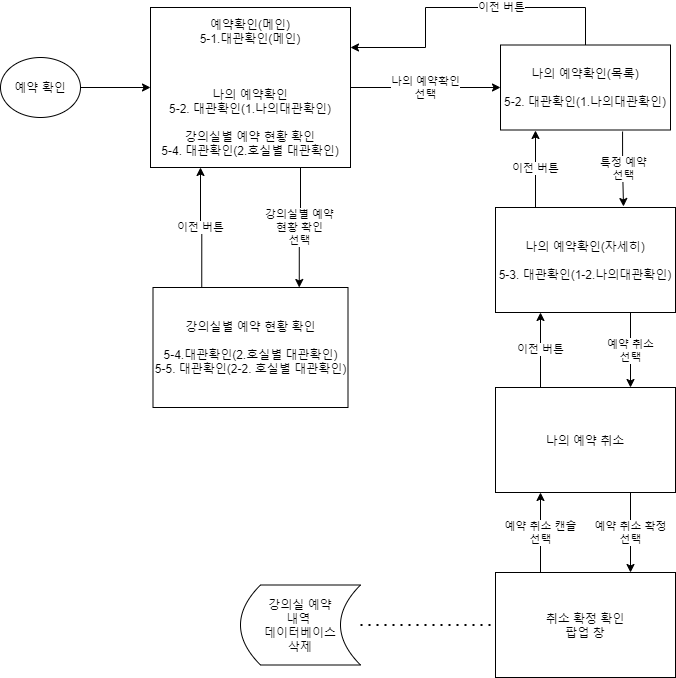
Before: user_program/user application diagram/3사용자 어플-예약 확인.png, a diagram exported from draw.io (sitnet1102/konkuk_veterinary). Source tidied: cells renumbered, new cells last; positions are measured from the earlier drawing's top-left corner, leaving out a move shared by most shapes. Its diagram source:
```xml
<mxGraphModel>
  <root>
    <mxCell id="0" />
    <mxCell id="1" parent="0" />
    <mxCell id="2" style="edgeStyle=orthogonalEdgeStyle;rounded=0;jettySize=auto;html=1;" parent="1" edge="1" source="3" target="6">
      <mxGeometry relative="1" as="geometry" />
    </mxCell>
    <mxCell id="3" value="예약 확인" style="ellipse;whiteSpace=wrap;html=1;" parent="1" vertex="1">
      <mxGeometry y="50" width="80" height="60" as="geometry" />
    </mxCell>
    <mxCell id="4" value="나의 예약확인&lt;br&gt;선택" style="edgeStyle=orthogonalEdgeStyle;rounded=0;jettySize=auto;html=1;" parent="1" edge="1" source="6" target="9">
      <mxGeometry relative="1" as="geometry" />
    </mxCell>
    <mxCell id="5" value="강의실별 예약&lt;br&gt;현황 확인&lt;br&gt;선택" style="edgeStyle=orthogonalEdgeStyle;rounded=0;jettySize=auto;html=1;exitX=0.75;exitY=1;exitDx=0;exitDy=0;entryX=0.75;entryY=0;entryDx=0;entryDy=0;" parent="1" edge="1" source="6" target="14">
      <mxGeometry relative="1" as="geometry" />
    </mxCell>
    <mxCell id="6" value="예약확인(메인)&lt;br&gt;5-1.대관확인(메인)&lt;br&gt;&lt;br&gt;&lt;br&gt;&lt;br&gt;나의 예약확인&lt;br&gt;5-2. 대관확인(1.나의대관확인)&lt;br&gt;&lt;br&gt;강의실별 예약 현황 확인&lt;br&gt;5-4. 대관확인(2.호실별 대관확인)" style="whiteSpace=wrap;html=1;" parent="1" vertex="1">
      <mxGeometry x="150" width="200" height="160" as="geometry" />
    </mxCell>
    <mxCell id="7" value="이전 버튼" style="edgeStyle=orthogonalEdgeStyle;rounded=0;jettySize=auto;html=1;exitX=0.5;exitY=0;exitDx=0;exitDy=0;" parent="1" edge="1" source="9">
      <mxGeometry x="-0.22" relative="1" as="geometry">
        <mxPoint x="350" y="40" as="targetPoint" />
        <Array as="points">
          <mxPoint x="585" />
          <mxPoint x="425" />
          <mxPoint x="425" y="40" />
        </Array>
        <mxPoint x="1" as="offset" />
      </mxGeometry>
    </mxCell>
    <mxCell id="8" value="특정 예약&lt;br&gt;선택" style="edgeStyle=orthogonalEdgeStyle;rounded=0;jettySize=auto;html=1;exitX=0.718;exitY=1.018;exitDx=0;exitDy=0;exitPerimeter=0;" parent="1" edge="1" source="9">
      <mxGeometry relative="1" as="geometry">
        <mxPoint x="623" y="199" as="targetPoint" />
      </mxGeometry>
    </mxCell>
    <mxCell id="9" value="나의 예약확인(목록)&lt;br&gt;&lt;br&gt;5-2. 대관확인(1.나의대관확인)" style="whiteSpace=wrap;html=1;" parent="1" vertex="1">
      <mxGeometry x="500" y="37.5" width="170" height="85" as="geometry" />
    </mxCell>
    <mxCell id="10" value="이전 버튼" style="edgeStyle=orthogonalEdgeStyle;rounded=0;orthogonalLoop=1;jettySize=auto;html=1;" parent="1" edge="1">
      <mxGeometry relative="1" as="geometry">
        <mxPoint x="535" y="200" as="sourcePoint" />
        <mxPoint x="535" y="123" as="targetPoint" />
      </mxGeometry>
    </mxCell>
    <mxCell id="11" value="예약 취소&lt;br&gt;선택" style="edgeStyle=orthogonalEdgeStyle;rounded=0;jettySize=auto;html=1;exitX=0.75;exitY=1;exitDx=0;exitDy=0;entryX=0.75;entryY=0;entryDx=0;entryDy=0;" parent="1" edge="1" source="12" target="17">
      <mxGeometry relative="1" as="geometry" />
    </mxCell>
    <mxCell id="12" value="나의 예약확인(자세히)&lt;br&gt;&lt;br&gt;5-3. 대관확인(1-2.나의대관확인)" style="whiteSpace=wrap;html=1;" parent="1" vertex="1">
      <mxGeometry x="495" y="200" width="180" height="105" as="geometry" />
    </mxCell>
    <mxCell id="13" value="이전 버튼" style="edgeStyle=orthogonalEdgeStyle;rounded=0;jettySize=auto;html=1;exitX=0.25;exitY=0;exitDx=0;exitDy=0;entryX=0.25;entryY=1;entryDx=0;entryDy=0;" parent="1" edge="1" source="14" target="6">
      <mxGeometry relative="1" as="geometry" />
    </mxCell>
    <mxCell id="14" value="강의실별 예약 현황 확인&lt;br&gt;&lt;br&gt;5-4.대관확인(2.호실별 대관확인)&lt;br&gt;5-5. 대관확인(2-2. 호실별 대관확인)" style="whiteSpace=wrap;html=1;" parent="1" vertex="1">
      <mxGeometry x="152.5" y="280" width="195" height="120" as="geometry" />
    </mxCell>
    <mxCell id="15" value="이전 버튼" style="edgeStyle=orthogonalEdgeStyle;rounded=0;jettySize=auto;html=1;exitX=0.25;exitY=0;exitDx=0;exitDy=0;entryX=0.25;entryY=1;entryDx=0;entryDy=0;" parent="1" edge="1" source="17" target="12">
      <mxGeometry relative="1" as="geometry" />
    </mxCell>
    <mxCell id="16" value="예약 취소 확정&lt;br&gt;선택" style="edgeStyle=orthogonalEdgeStyle;rounded=0;jettySize=auto;html=1;exitX=0.75;exitY=1;exitDx=0;exitDy=0;entryX=0.75;entryY=0;entryDx=0;entryDy=0;" parent="1" edge="1" source="17" target="19">
      <mxGeometry relative="1" as="geometry" />
    </mxCell>
    <mxCell id="17" value="나의 예약 취소" style="whiteSpace=wrap;html=1;" parent="1" vertex="1">
      <mxGeometry x="495" y="380" width="180" height="105" as="geometry" />
    </mxCell>
    <mxCell id="18" value="예약 취소 캔슬&lt;br&gt;선택" style="edgeStyle=orthogonalEdgeStyle;rounded=0;jettySize=auto;html=1;exitX=0.25;exitY=0;exitDx=0;exitDy=0;entryX=0.25;entryY=1;entryDx=0;entryDy=0;" parent="1" edge="1" source="19" target="17">
      <mxGeometry relative="1" as="geometry" />
    </mxCell>
    <mxCell id="19" value="취소 확정 확인&lt;br&gt;팝업 창" style="whiteSpace=wrap;html=1;" parent="1" vertex="1">
      <mxGeometry x="495" y="565" width="180" height="105" as="geometry" />
    </mxCell>
    <mxCell id="20" style="endArrow=none;dashed=1;html=1;dashPattern=1 3;strokeWidth=2;entryX=0;entryY=0.5;entryDx=0;entryDy=0;exitX=1;exitY=0.5;exitDx=0;exitDy=0;" parent="1" edge="1" source="21" target="19">
      <mxGeometry relative="1" as="geometry" />
    </mxCell>
    <mxCell id="21" value="강의실 예약&lt;br&gt;내역 &lt;br&gt;데이터베이스&lt;br&gt;삭제" style="shape=dataStorage;whiteSpace=wrap;html=1;fixedSize=1;" parent="1" vertex="1">
      <mxGeometry x="240" y="577.5" width="120" height="80" as="geometry" />
    </mxCell>
  </root>
</mxGraphModel>
```
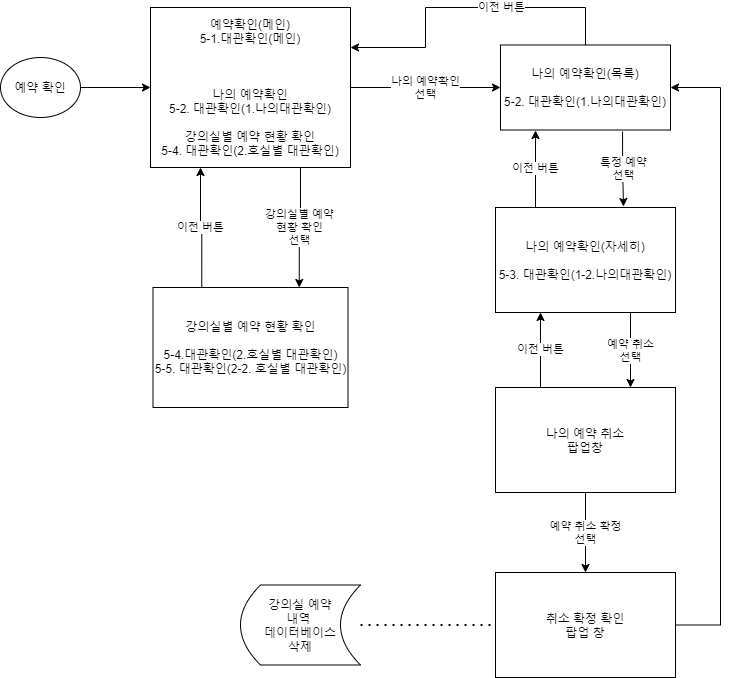
The same diagram one commit later.

Change to the diagram source:
```diff
@@ -57,15 +57,20 @@
     <mxCell id="15" value="이전 버튼" style="edgeStyle=orthogonalEdgeStyle;rounded=0;jettySize=auto;html=1;exitX=0.25;exitY=0;exitDx=0;exitDy=0;entryX=0.25;entryY=1;entryDx=0;entryDy=0;" parent="1" edge="1" source="17" target="12">
       <mxGeometry relative="1" as="geometry" />
     </mxCell>
-    <mxCell id="16" value="예약 취소 확정&lt;br&gt;선택" style="edgeStyle=orthogonalEdgeStyle;rounded=0;jettySize=auto;html=1;exitX=0.75;exitY=1;exitDx=0;exitDy=0;entryX=0.75;entryY=0;entryDx=0;entryDy=0;" parent="1" edge="1" source="17" target="19">
+    <mxCell id="16" value="예약 취소 확정&lt;br&gt;선택" style="edgeStyle=orthogonalEdgeStyle;rounded=0;jettySize=auto;html=1;exitX=0.5;exitY=1;exitDx=0;exitDy=0;entryX=0.5;entryY=0;entryDx=0;entryDy=0;" parent="1" edge="1" source="17" target="19">
       <mxGeometry relative="1" as="geometry" />
     </mxCell>
-    <mxCell id="17" value="나의 예약 취소" style="whiteSpace=wrap;html=1;" parent="1" vertex="1">
+    <mxCell id="17" value="나의 예약 취소&lt;br&gt;팝업창" style="whiteSpace=wrap;html=1;" parent="1" vertex="1">
       <mxGeometry x="495" y="380" width="180" height="105" as="geometry" />
     </mxCell>
-    <mxCell id="18" value="예약 취소 캔슬&lt;br&gt;선택" style="edgeStyle=orthogonalEdgeStyle;rounded=0;jettySize=auto;html=1;exitX=0.25;exitY=0;exitDx=0;exitDy=0;entryX=0.25;entryY=1;entryDx=0;entryDy=0;" parent="1" edge="1" source="19" target="17">
-      <mxGeometry relative="1" as="geometry" />
-    </mxCell>
+    <mxCell id="22" style="edgeStyle=orthogonalEdgeStyle;rounded=0;jettySize=auto;html=1;exitX=1;exitY=0.5;exitDx=0;exitDy=0;entryX=1;entryY=0.5;entryDx=0;entryDy=0;" parent="1" edge="1" source="19" target="9">
+      <mxGeometry relative="1" as="geometry">
+        <Array as="points">
+          <mxPoint x="720" y="618" />
+          <mxPoint x="720" y="80" />
+        </Array>
+      </mxGeometry>
+    </mxCell>
     <mxCell id="19" value="취소 확정 확인&lt;br&gt;팝업 창" style="whiteSpace=wrap;html=1;" parent="1" vertex="1">
       <mxGeometry x="495" y="565" width="180" height="105" as="geometry" />
     </mxCell>
```
